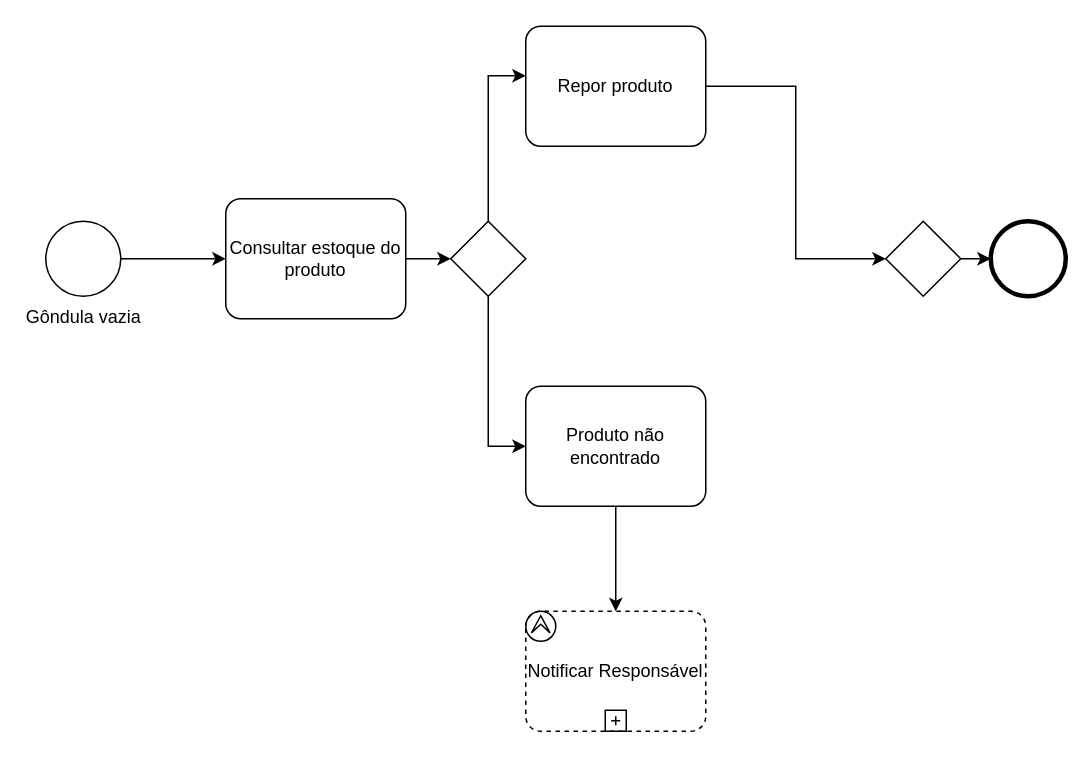
This is BPM1/Arquivos Drawio/processorepositor.drawio from jguimaraesdev/SistemasCorporativos, a draw.io file, before an edit. Source tidied: cells renumbered, new cells numbered last; positions are measured from the earlier drawing's top-left corner, leaving out a move shared by most shapes. Both pictures are drawn from the tidied source at 150%, with x=0, y=0 at pixel (45, 26).
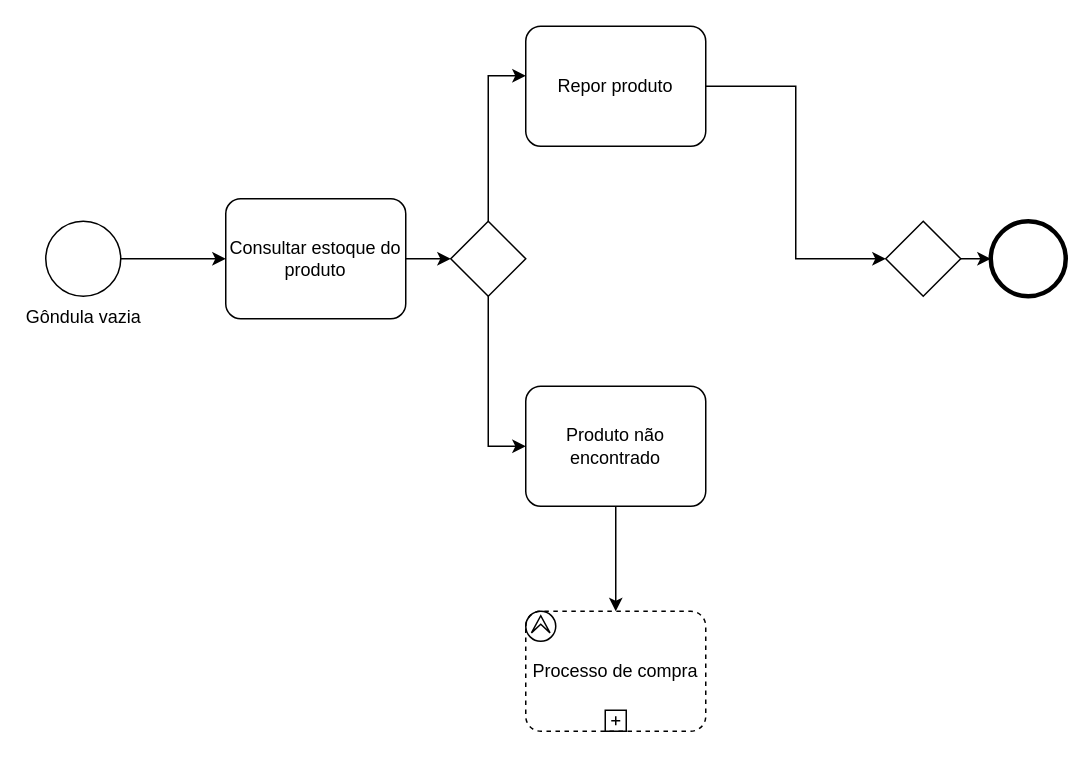
The same page after the edit.

What changed in the source:
```diff
@@
 <mxGraphModel>
   <root>
     <mxCell id="0" />
     <mxCell id="1" parent="0" />
     <mxCell id="2" value="Gôndula vazia" style="points=[[0.145,0.145,0],[0.5,0,0],[0.855,0.145,0],[1,0.5,0],[0.855,0.855,0],[0.5,1,0],[0.145,0.855,0],[0,0.5,0]];shape=mxgraph.bpmn.event;html=1;verticalLabelPosition=bottom;labelBackgroundColor=#ffffff;verticalAlign=top;align=center;perimeter=ellipsePerimeter;outlineConnect=0;outline=standard;symbol=general;" parent="1" vertex="1">
       <mxGeometry y="130" width="50" height="50" as="geometry" />
     </mxCell>
     <mxCell id="3" style="edgeStyle=orthogonalEdgeStyle;rounded=0;jettySize=auto;html=1;exitX=1;exitY=0.5;exitDx=0;exitDy=0;exitPerimeter=0;" parent="1" edge="1" source="4" target="6">
       <mxGeometry relative="1" as="geometry" />
     </mxCell>
     <mxCell id="4" value="Consultar estoque do produto" style="points=[[0.25,0,0],[0.5,0,0],[0.75,0,0],[1,0.25,0],[1,0.5,0],[1,0.75,0],[0.75,1,0],[0.5,1,0],[0.25,1,0],[0,0.75,0],[0,0.5,0],[0,0.25,0]];shape=mxgraph.bpmn.task;whiteSpace=wrap;rectStyle=rounded;size=10;html=1;taskMarker=abstract;" parent="1" vertex="1">
       <mxGeometry x="120" y="115" width="120" height="80" as="geometry" />
     </mxCell>
     <mxCell id="5" style="edgeStyle=orthogonalEdgeStyle;rounded=0;jettySize=auto;html=1;entryX=0;entryY=0.5;entryDx=0;entryDy=0;entryPerimeter=0;" parent="1" edge="1" source="2" target="4">
       <mxGeometry relative="1" as="geometry" />
     </mxCell>
     <mxCell id="6" style="points=[[0.25,0.25,0],[0.5,0,0],[0.75,0.25,0],[1,0.5,0],[0.75,0.75,0],[0.5,1,0],[0.25,0.75,0],[0,0.5,0]];shape=mxgraph.bpmn.gateway2;html=1;verticalLabelPosition=bottom;labelBackgroundColor=#ffffff;verticalAlign=top;align=center;perimeter=rhombusPerimeter;outlineConnect=0;outline=none;symbol=none;" parent="1" vertex="1">
       <mxGeometry x="270" y="130" width="50" height="50" as="geometry" />
     </mxCell>
     <mxCell id="7" value="Repor produto" style="points=[[0.25,0,0],[0.5,0,0],[0.75,0,0],[1,0.25,0],[1,0.5,0],[1,0.75,0],[0.75,1,0],[0.5,1,0],[0.25,1,0],[0,0.75,0],[0,0.5,0],[0,0.25,0]];shape=mxgraph.bpmn.task;whiteSpace=wrap;rectStyle=rounded;size=10;html=1;taskMarker=abstract;" parent="1" vertex="1">
       <mxGeometry x="320" width="120" height="80" as="geometry" />
     </mxCell>
     <mxCell id="8" style="edgeStyle=orthogonalEdgeStyle;rounded=0;jettySize=auto;html=1;entryX=0;entryY=0.413;entryDx=0;entryDy=0;entryPerimeter=0;" parent="1" edge="1" source="6" target="7">
       <mxGeometry relative="1" as="geometry" />
     </mxCell>
     <mxCell id="9" style="points=[[0.145,0.145,0],[0.5,0,0],[0.855,0.145,0],[1,0.5,0],[0.855,0.855,0],[0.5,1,0],[0.145,0.855,0],[0,0.5,0]];shape=mxgraph.bpmn.event;html=1;verticalLabelPosition=bottom;labelBackgroundColor=#ffffff;verticalAlign=top;align=center;perimeter=ellipsePerimeter;outlineConnect=0;outline=end;symbol=terminate2;" parent="1" vertex="1">
       <mxGeometry x="630" y="130" width="50" height="50" as="geometry" />
     </mxCell>
     <mxCell id="10" style="points=[[0.25,0.25,0],[0.5,0,0],[0.75,0.25,0],[1,0.5,0],[0.75,0.75,0],[0.5,1,0],[0.25,0.75,0],[0,0.5,0]];shape=mxgraph.bpmn.gateway2;html=1;verticalLabelPosition=bottom;labelBackgroundColor=#ffffff;verticalAlign=top;align=center;perimeter=rhombusPerimeter;outlineConnect=0;outline=none;symbol=none;" parent="1" vertex="1">
       <mxGeometry x="560" y="130" width="50" height="50" as="geometry" />
     </mxCell>
     <mxCell id="11" style="edgeStyle=orthogonalEdgeStyle;rounded=0;jettySize=auto;html=1;entryX=0;entryY=0.5;entryDx=0;entryDy=0;entryPerimeter=0;" parent="1" edge="1" source="7" target="10">
       <mxGeometry relative="1" as="geometry" />
     </mxCell>
     <mxCell id="12" style="edgeStyle=orthogonalEdgeStyle;rounded=0;jettySize=auto;html=1;entryX=0;entryY=0.5;entryDx=0;entryDy=0;entryPerimeter=0;" parent="1" edge="1" source="10" target="9">
       <mxGeometry relative="1" as="geometry" />
     </mxCell>
     <mxCell id="13" value="Produto não encontrado" style="points=[[0.25,0,0],[0.5,0,0],[0.75,0,0],[1,0.25,0],[1,0.5,0],[1,0.75,0],[0.75,1,0],[0.5,1,0],[0.25,1,0],[0,0.75,0],[0,0.5,0],[0,0.25,0]];shape=mxgraph.bpmn.task;whiteSpace=wrap;rectStyle=rounded;size=10;html=1;taskMarker=abstract;" parent="1" vertex="1">
       <mxGeometry x="320" y="240" width="120" height="80" as="geometry" />
     </mxCell>
     <mxCell id="14" style="edgeStyle=orthogonalEdgeStyle;rounded=0;jettySize=auto;html=1;entryX=0;entryY=0.5;entryDx=0;entryDy=0;entryPerimeter=0;" parent="1" edge="1" source="6" target="13">
       <mxGeometry relative="1" as="geometry" />
     </mxCell>
-    <mxCell id="15" value="Notificar Responsável" style="points=[[0.25,0,0],[0.5,0,0],[0.75,0,0],[1,0.25,0],[1,0.5,0],[1,0.75,0],[0.75,1,0],[0.5,1,0],[0.25,1,0],[0,0.75,0],[0,0.5,0],[0,0.25,0]];shape=mxgraph.bpmn.task;whiteSpace=wrap;rectStyle=rounded;size=10;html=1;taskMarker=abstract;bpmnShapeType=subprocess;isLoopSub=1;outline=eventInt;symbol=escalation;" parent="1" vertex="1">
+    <mxCell id="15" value="Processo de compra" style="points=[[0.25,0,0],[0.5,0,0],[0.75,0,0],[1,0.25,0],[1,0.5,0],[1,0.75,0],[0.75,1,0],[0.5,1,0],[0.25,1,0],[0,0.75,0],[0,0.5,0],[0,0.25,0]];shape=mxgraph.bpmn.task;whiteSpace=wrap;rectStyle=rounded;size=10;html=1;taskMarker=abstract;bpmnShapeType=subprocess;isLoopSub=1;outline=eventInt;symbol=escalation;" parent="1" vertex="1">
       <mxGeometry x="320" y="390" width="120" height="80" as="geometry" />
     </mxCell>
     <mxCell id="16" style="edgeStyle=orthogonalEdgeStyle;rounded=0;jettySize=auto;html=1;entryX=0.5;entryY=0;entryDx=0;entryDy=0;entryPerimeter=0;" parent="1" edge="1" source="13" target="15">
       <mxGeometry relative="1" as="geometry" />
     </mxCell>
   </root>
 </mxGraphModel>
```
